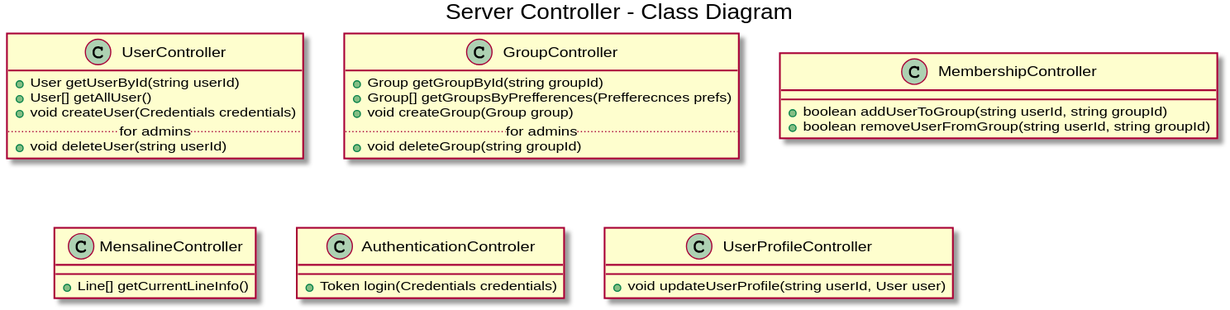
This is 2 Entwurf/Klassendiagramme/serverControllerCD.svg from itzMatze/PSE-Team02, a PlantUML export, as it was before one commit.
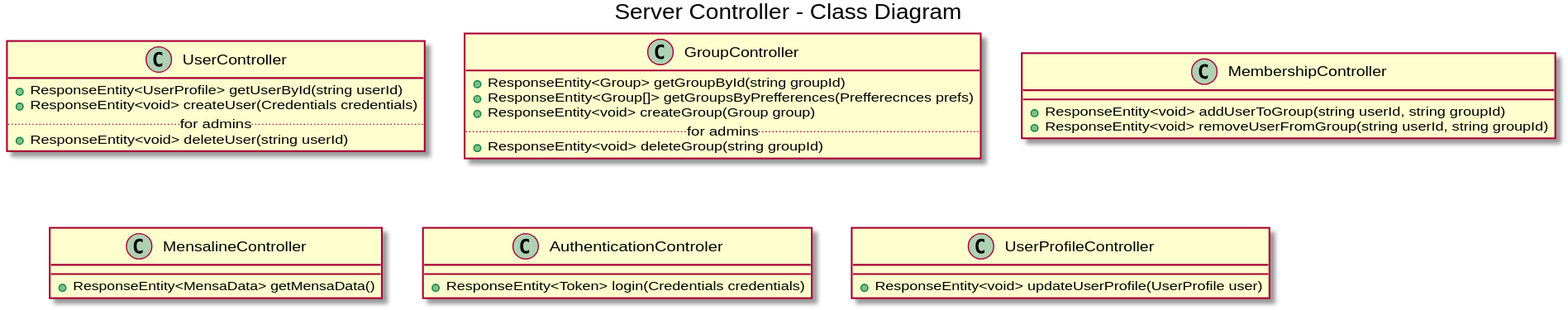
Later version of the same file.

Commit message:
Added new class diagramms. updated old ones

Change to the diagram source:
```diff
@@ -1,37 +1,35 @@
 @startuml
 title Server Controller - Class Diagram
 
-
 class UserController {
-  +User getUserById(string userId)
-  +User[] getAllUser()
-  +void createUser(Credentials credentials)
+  +ResponseEntity<UserProfile> getUserById(string userId)
+  +ResponseEntity<void> createUser(Credentials credentials)
   ..for admins..
-  +void deleteUser(string userId)
+  +ResponseEntity<void> deleteUser(string userId)
 }
 
 class GroupController {
-  +Group getGroupById(string groupId)
-  +Group[] getGroupsByPrefferences(Prefferecnces prefs)
-  +void createGroup(Group group)
+  +ResponseEntity<Group> getGroupById(string groupId)
+  +ResponseEntity<Group[]> getGroupsByPrefferences(Prefferecnces prefs)
+  +ResponseEntity<void> createGroup(Group group)
   ..for admins..
-  +void deleteGroup(string groupId)
+  +ResponseEntity<void> deleteGroup(string groupId)
 }
 
 class MembershipController {
-  +boolean addUserToGroup(string userId, string groupId)
-  +boolean removeUserFromGroup(string userId, string groupId)
+  +ResponseEntity<void> addUserToGroup(string userId, string groupId)
+  +ResponseEntity<void> removeUserFromGroup(string userId, string groupId)
 }
 
 class MensalineController {
-  +Line[] getCurrentLineInfo()
+  +ResponseEntity<MensaData> getMensaData()
 }
 
 class AuthenticationControler {
-  +Token login(Credentials credentials)
+  +ResponseEntity<Token> login(Credentials credentials)
 }
 
 class UserProfileController {
-  +void updateUserProfile(string userId, User user)
+  +ResponseEntity<void> updateUserProfile(UserProfile user)
 }
 @enduml
```
